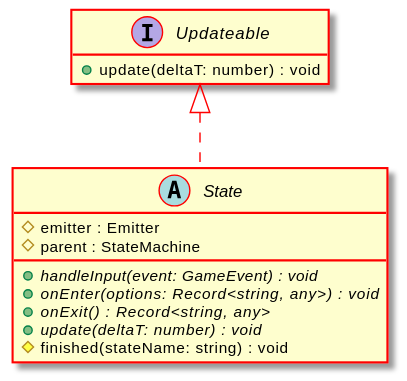
The PlantUML diagram docs/api/assets/State-umlClassDiagram-1011.svg in Test123938/Test2, before a commit.
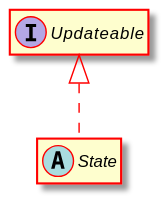
Later version of the same file.

What changed in the source:
```diff
@@ -5,16 +5,8 @@
 hide empty methods
 hide empty fields
 abstract class "State" {
-    #emitter : Emitter
-    #parent : StateMachine
-    {abstract} +handleInput(event: GameEvent) : void
-    {abstract} +onEnter(options: Record<string, any>) : void
-    {abstract} +onExit() : Record<string, any>
-    {abstract} +update(deltaT: number) : void
-    #finished(stateName: string) : void
 }
 interface "Updateable" {
-    +update(deltaT: number) : void
 }
 "Updateable" <|.. "State"
 @enduml
```
